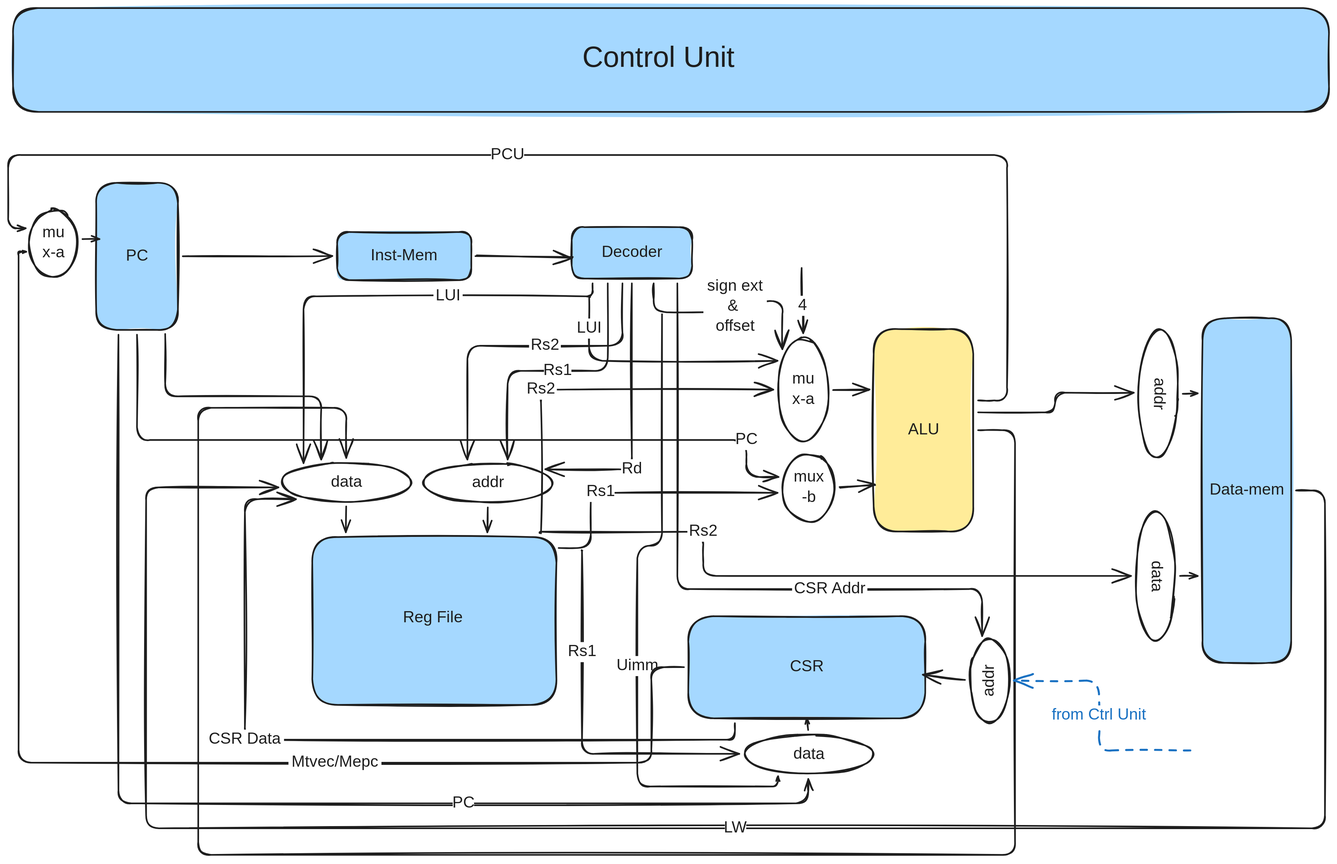
Above: img/Overview.svg in thatdanish/RippleV (Excalidraw), before the change. Source tidied: one line per element, renumbered; positions are measured from the earlier drawing's top-left corner, leaving out a move shared by most shapes.
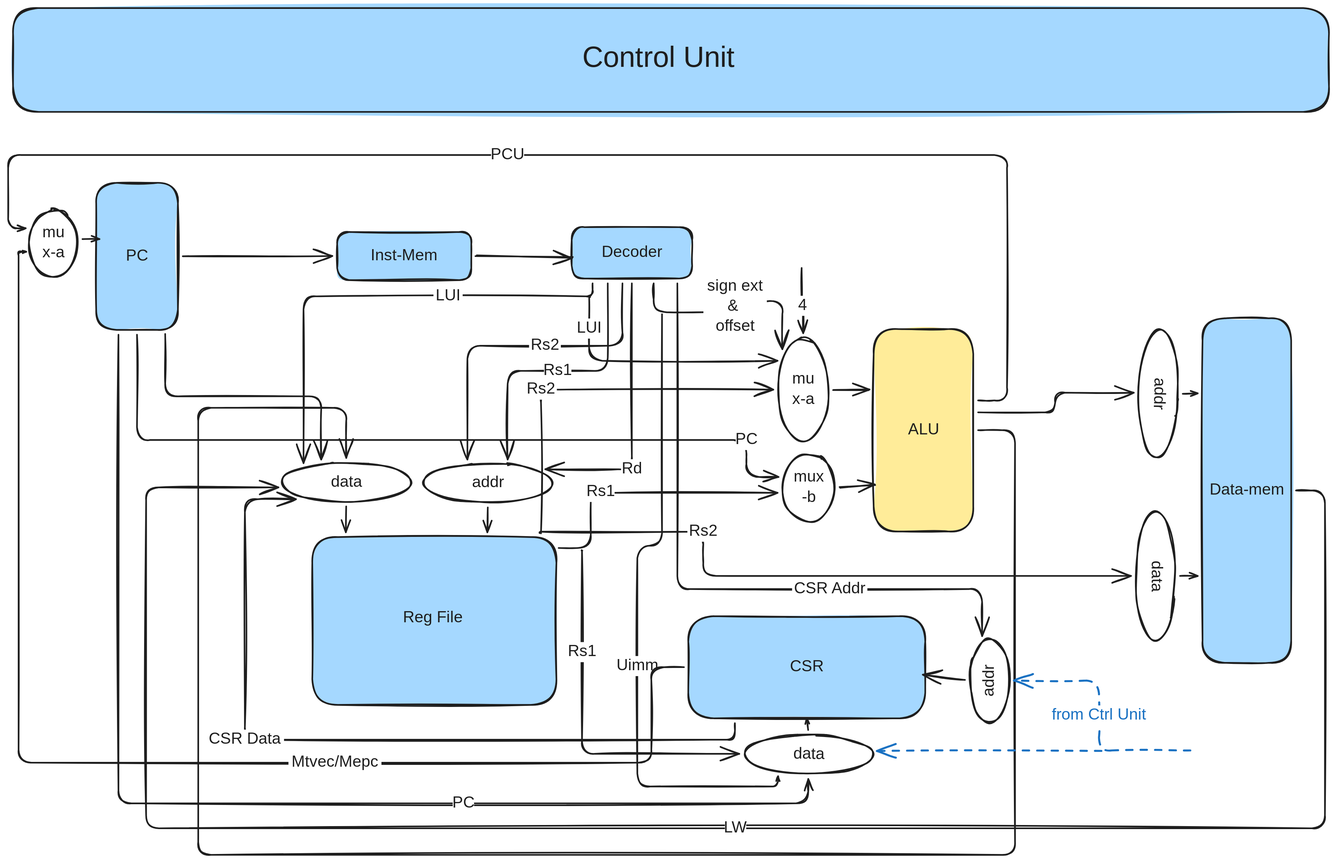
The same file after the commit.

What changed in the source:
```diff
@@ -85,4 +85,5 @@
 {"id": 84, "type": "arrow", "strokeColor": "#1e1e1e", "backgroundColor": "#a5d8ff", "fillStyle": "solid", "strokeWidth": 2, "roughness": 1, "endArrowhead": "arrow", "from": 2, "to": 68, "x": 833, "y": 343, "width": 379, "height": 439, "points": [[0, 0], [0, 381], [379, 381], [379, 439]]}
 {"id": 85, "type": "text", "text": "CSR Addr", "strokeColor": "#1e1e1e", "backgroundColor": "#a5d8ff", "fillStyle": "solid", "strokeWidth": 2, "roughness": 1, "fontSize": 20, "fontFamily": 5, "textAlign": "center", "verticalAlign": "middle", "inside": 84, "x": 976, "y": 711, "width": 94, "height": 25}
 {"id": 86, "type": "arrow", "strokeColor": "#1971c2", "backgroundColor": "#a5d8ff", "fillStyle": "solid", "strokeWidth": 2, "strokeStyle": "dashed", "roughness": 1, "endArrowhead": "arrow", "to": 68, "x": 1472, "y": 925, "width": 220, "height": 87, "points": [[0, 0], [-114, 0], [-114, -87], [-220, -87]]}
-{"id": 87, "type": "text", "text": "from Ctrl Unit", "strokeColor": "#1971c2", "backgroundColor": "#a5d8ff", "fillStyle": "solid", "strokeWidth": 2, "strokeStyle": "dashed", "roughness": 1, "fontSize": 20, "fontFamily": 5, "textAlign": "center", "verticalAlign": "middle", "inside": 86, "x": 1313, "y": 869, "width": 137, "height": 25}
+{"id": 87, "type": "text", "text": "from Ctrl Unit", "strokeColor": "#1971c2", "backgroundColor": "#a5d8ff", "fillStyle": "solid", "strokeWidth": 2, "strokeStyle": "dashed", "roughness": 1, "fontSize": 20, "fontFamily": 5, "textAlign": "center", "verticalAlign": "middle", "inside": 86, "x": 1290, "y": 869, "width": 137, "height": 25}
+{"id": 88, "type": "arrow", "strokeColor": "#1971c2", "backgroundColor": "#a5d8ff", "fillStyle": "solid", "strokeWidth": 2, "strokeStyle": "dashed", "roughness": 1, "endArrowhead": "arrow", "to": 60, "x": 1361, "y": 925, "width": 279, "height": 0, "points": [[0, 0], [-279, 0]]}
```
